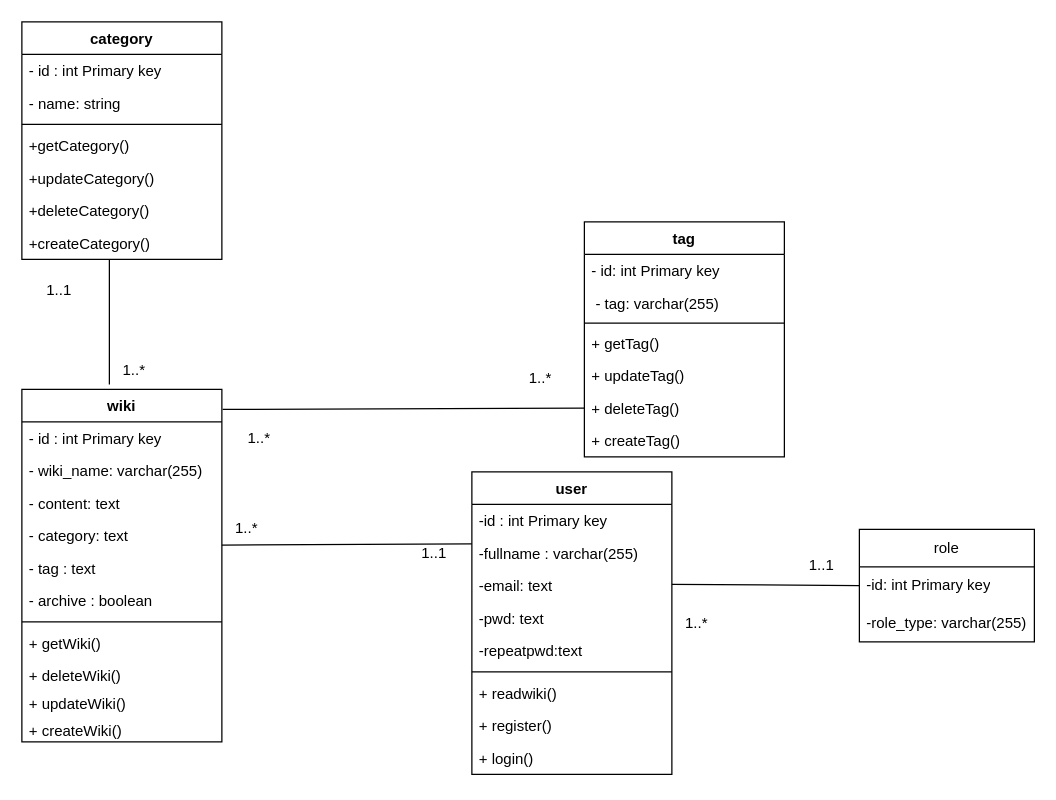
SalBouhamidi/Wiki keeps this draw.io diagram as UML/classdiagram.drawio. Above is the earlier version. Source tidied: cells renumbered, new cells numbered last; positions are measured from the earlier drawing's top-left corner, leaving out a move shared by most shapes. Both pictures are drawn from the tidied source at 125%, with x=0, y=0 at pixel (21, 21).
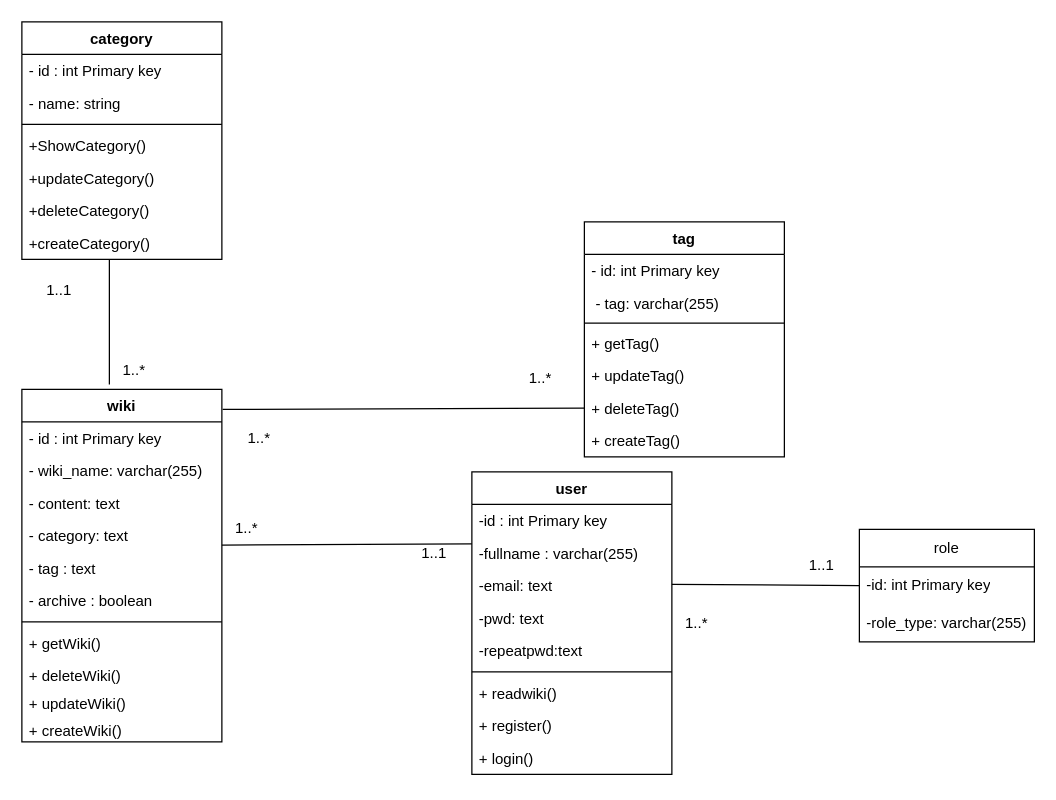
After the change.

Unchanged cells that the change refers to:
```xml
<mxCell id="28" value="category" style="swimlane;fontStyle=1;align=center;verticalAlign=top;horizontal=1;startSize=26;" parent="1" vertex="1">
  <mxGeometry width="160" height="190" as="geometry" />
</mxCell>
```

What changed in the source:
```diff
@@
-    <mxCell id="32" value="+getCategory()" style="text;strokeColor=none;fillColor=none;align=left;verticalAlign=top;spacingLeft=4;spacingRight=4;overflow=hidden;" parent="28" vertex="1">
+    <mxCell id="32" value="+ShowCategory()" style="text;strokeColor=none;fillColor=none;align=left;verticalAlign=top;spacingLeft=4;spacingRight=4;overflow=hidden;" parent="28" vertex="1">
       <mxGeometry y="86" width="160" height="26" as="geometry" />
     </mxCell>
```
